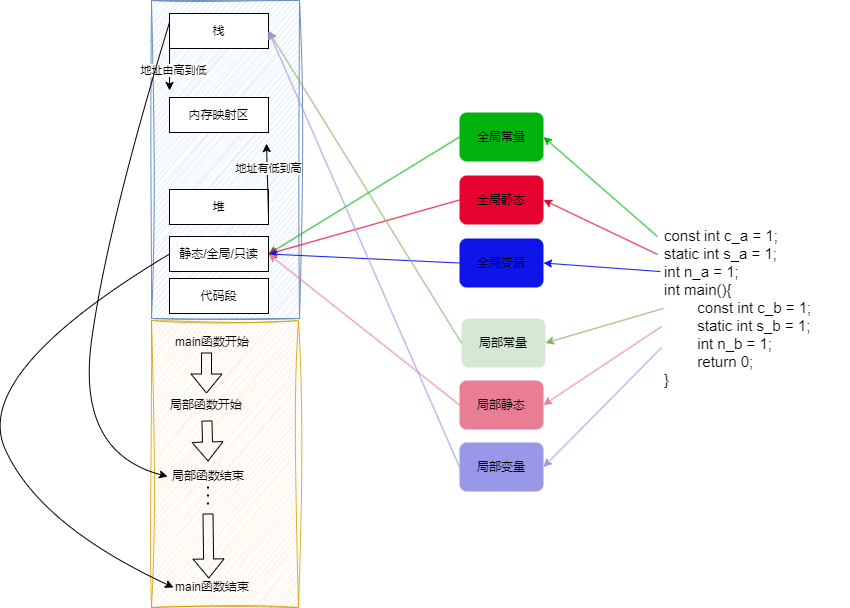
sirius-zyj/Images keeps this draw.io diagram as CS/语言/C(++)/存储位置、作用域与生命周期.drawio.png. Above is the earlier version. Source tidied: cells renumbered, new cells last; positions are measured from the earlier drawing's top-left corner, leaving out a move shared by most shapes.
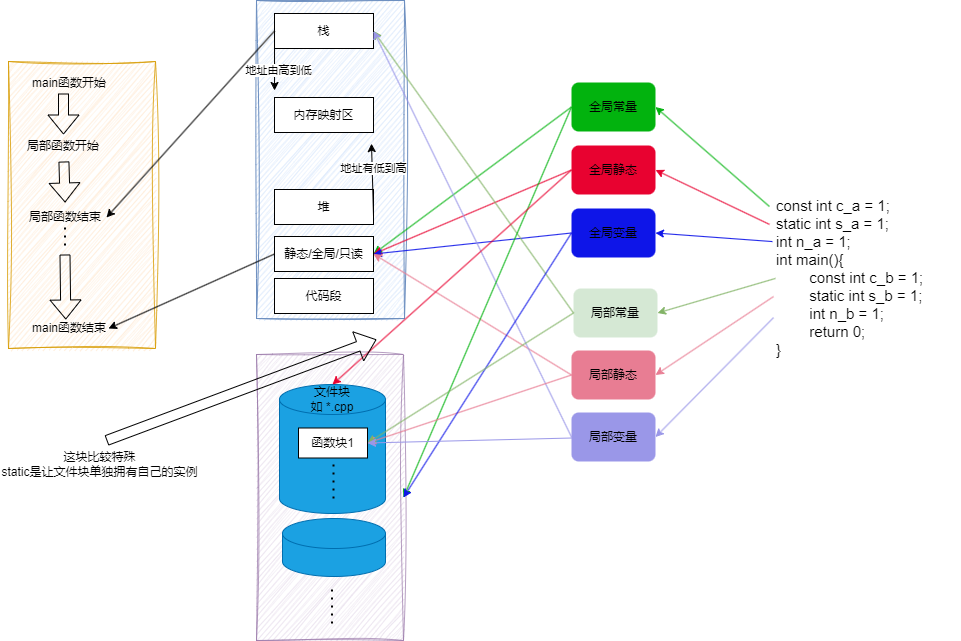
After the commit.

Commit message:
更新存储位置、作用域与生命周期.drawio.png

Diff of the diagram source:
```diff
@@ -3,19 +3,19 @@
     <mxCell id="0" />
     <mxCell id="1" parent="0" />
     <mxCell id="2" style="rounded=0;whiteSpace=wrap;html=1;fillColor=#ffe6cc;strokeColor=#d79b00;shadow=0;glass=0;sketch=1;curveFitting=1;jiggle=2;opacity=80;" parent="1" vertex="1">
-      <mxGeometry x="180" y="320" width="147" height="287" as="geometry" />
+      <mxGeometry x="-75" y="91" width="147" height="287" as="geometry" />
     </mxCell>
     <mxCell id="3" style="rounded=0;whiteSpace=wrap;html=1;fillColor=#dae8fc;strokeColor=#6c8ebf;sketch=1;curveFitting=1;jiggle=2;" parent="1" vertex="1">
-      <mxGeometry x="180" width="148" height="318" as="geometry" />
+      <mxGeometry x="173" y="30" width="148" height="318" as="geometry" />
     </mxCell>
     <mxCell id="4" value="代码段" style="rounded=0;whiteSpace=wrap;html=1;" parent="1" vertex="1">
-      <mxGeometry x="198" y="278" width="99" height="35" as="geometry" />
+      <mxGeometry x="191" y="308" width="99" height="35" as="geometry" />
     </mxCell>
     <mxCell id="5" value="静态/全局/只读" style="rounded=0;whiteSpace=wrap;html=1;" parent="1" vertex="1">
-      <mxGeometry x="198" y="236" width="99" height="35" as="geometry" />
+      <mxGeometry x="191" y="266" width="99" height="35" as="geometry" />
     </mxCell>
     <mxCell id="6" value="堆" style="rounded=0;whiteSpace=wrap;html=1;" parent="1" vertex="1">
-      <mxGeometry x="198" y="189" width="99" height="35" as="geometry" />
+      <mxGeometry x="191" y="219" width="99" height="35" as="geometry" />
     </mxCell>
     <mxCell id="7" style="endArrow=classic;html=1;rounded=0;exitX=1;exitY=0.75;exitDx=0;exitDy=0;entryX=0.777;entryY=0.45;entryDx=0;entryDy=0;entryPerimeter=0;" parent="1" edge="1" source="6" target="3">
       <mxGeometry relative="1" as="geometry" />
@@ -24,7 +24,7 @@
       <mxGeometry x="0.34" y="-1" relative="1" as="geometry" />
     </mxCell>
     <mxCell id="9" value="栈" style="rounded=0;whiteSpace=wrap;html=1;" parent="1" vertex="1">
-      <mxGeometry x="198" y="13" width="99" height="35" as="geometry" />
+      <mxGeometry x="191" y="43" width="99" height="35" as="geometry" />
     </mxCell>
     <mxCell id="10" style="endArrow=classic;html=1;rounded=0;exitX=0;exitY=0.25;exitDx=0;exitDy=0;entryX=0.122;entryY=0.283;entryDx=0;entryDy=0;entryPerimeter=0;" parent="1" edge="1" source="9" target="3">
       <mxGeometry relative="1" as="geometry" />
@@ -33,7 +33,7 @@
       <mxGeometry x="0.41" y="3" relative="1" as="geometry" />
     </mxCell>
     <mxCell id="12" value="内存映射区" style="rounded=0;whiteSpace=wrap;html=1;" parent="1" vertex="1">
-      <mxGeometry x="198" y="97" width="99" height="35" as="geometry" />
+      <mxGeometry x="191" y="127" width="99" height="35" as="geometry" />
     </mxCell>
     <mxCell id="13" value="&lt;font style=&quot;font-size: 15px;&quot;&gt;const int c_a = 1;&lt;/font&gt;&lt;div style=&quot;font-size: 15px;&quot;&gt;&lt;font style=&quot;font-size: 15px;&quot;&gt;static int s_a = 1;&lt;/font&gt;&lt;/div&gt;&lt;div style=&quot;font-size: 15px;&quot;&gt;&lt;font style=&quot;font-size: 15px;&quot;&gt;int n_a = 1;&lt;br style=&quot;font-size: 15px;&quot;&gt;int main(){&lt;/font&gt;&lt;div style=&quot;font-size: 15px;&quot;&gt;&lt;font style=&quot;font-size: 15px;&quot;&gt;&lt;span style=&quot;white-space: pre; font-size: 15px;&quot;&gt;&#9;&lt;/span&gt;const int c_b = 1;&lt;br style=&quot;font-size: 15px;&quot;&gt;&lt;/font&gt;&lt;/div&gt;&lt;div style=&quot;font-size: 15px;&quot;&gt;&lt;font style=&quot;font-size: 15px;&quot;&gt;&lt;span style=&quot;white-space: pre;&quot;&gt;&#9;&lt;/span&gt;static int s_b = 1;&lt;br&gt;&lt;/font&gt;&lt;/div&gt;&lt;div style=&quot;font-size: 15px;&quot;&gt;&lt;font style=&quot;font-size: 15px;&quot;&gt;&lt;span style=&quot;white-space: pre;&quot;&gt;&#9;&lt;/span&gt;int n_b = 1;&lt;br&gt;&lt;/font&gt;&lt;/div&gt;&lt;div style=&quot;font-size: 15px;&quot;&gt;&lt;font style=&quot;font-size: 15px;&quot;&gt;&lt;span style=&quot;white-space: pre;&quot;&gt;&#9;&lt;/span&gt;return 0;&lt;br&gt;&lt;/font&gt;&lt;/div&gt;&lt;div style=&quot;text-align: justify; font-size: 15px;&quot;&gt;&lt;font style=&quot;font-size: 15px;&quot;&gt;}&lt;/font&gt;&lt;/div&gt;&lt;div style=&quot;text-align: justify; font-size: 15px;&quot;&gt;&lt;font style=&quot;font-size: 15px;&quot;&gt;&lt;br&gt;&lt;/font&gt;&lt;/div&gt;&lt;/div&gt;" style="text;html=1;align=left;verticalAlign=top;whiteSpace=wrap;rounded=0;fontSize=15;" parent="1" vertex="1">
       <mxGeometry x="691" y="220" width="187" height="229" as="geometry" />
@@ -94,52 +94,96 @@
     </mxCell>
     <mxCell id="32" style="shape=flexArrow;endArrow=classic;html=1;rounded=0;" parent="1" edge="1">
       <mxGeometry relative="1" as="geometry">
-        <mxPoint x="236.5" y="513" as="sourcePoint" />
-        <mxPoint x="237.3" y="578" as="targetPoint" />
+        <mxPoint x="-18.5" y="284" as="sourcePoint" />
+        <mxPoint x="-17.7" y="349" as="targetPoint" />
       </mxGeometry>
     </mxCell>
     <mxCell id="33" value="main函数开始" style="text;html=1;align=center;verticalAlign=middle;whiteSpace=wrap;rounded=0;" parent="1" vertex="1">
-      <mxGeometry x="200" y="327" width="82" height="30" as="geometry" />
+      <mxGeometry x="-55" y="98" width="82" height="30" as="geometry" />
     </mxCell>
     <mxCell id="34" value="main函数结束" style="text;html=1;align=center;verticalAlign=middle;whiteSpace=wrap;rounded=0;" parent="1" vertex="1">
-      <mxGeometry x="202" y="572" width="78" height="30" as="geometry" />
+      <mxGeometry x="-53" y="343" width="78" height="30" as="geometry" />
     </mxCell>
     <mxCell id="35" style="shape=flexArrow;endArrow=classic;html=1;rounded=0;" parent="1" edge="1">
       <mxGeometry relative="1" as="geometry">
-        <mxPoint x="235" y="352" as="sourcePoint" />
-        <mxPoint x="235" y="393" as="targetPoint" />
+        <mxPoint x="-20" y="123" as="sourcePoint" />
+        <mxPoint x="-20" y="164" as="targetPoint" />
       </mxGeometry>
     </mxCell>
     <mxCell id="36" value="局部函数开始" style="text;html=1;align=center;verticalAlign=middle;whiteSpace=wrap;rounded=0;" parent="1" vertex="1">
-      <mxGeometry x="194" y="390" width="82" height="30" as="geometry" />
+      <mxGeometry x="-61" y="161" width="82" height="30" as="geometry" />
     </mxCell>
     <mxCell id="37" style="shape=flexArrow;endArrow=classic;html=1;rounded=0;" parent="1" edge="1" source="36" target="38">
       <mxGeometry relative="1" as="geometry" />
     </mxCell>
     <mxCell id="38" value="局部函数结束" style="text;html=1;align=center;verticalAlign=middle;whiteSpace=wrap;rounded=0;" parent="1" vertex="1">
-      <mxGeometry x="196" y="461" width="82" height="30" as="geometry" />
+      <mxGeometry x="-59" y="232" width="82" height="30" as="geometry" />
     </mxCell>
     <mxCell id="39" style="endArrow=none;dashed=1;html=1;dashPattern=1 3;strokeWidth=2;rounded=0;" parent="1" edge="1">
       <mxGeometry relative="1" as="geometry">
-        <mxPoint x="236.5" y="504" as="sourcePoint" />
-        <mxPoint x="236.5" y="483" as="targetPoint" />
+        <mxPoint x="-18.5" y="275" as="sourcePoint" />
+        <mxPoint x="-18.5" y="254" as="targetPoint" />
       </mxGeometry>
     </mxCell>
+    <mxCell id="41" style="endArrow=classic;html=1;rounded=0;exitX=0;exitY=0.5;exitDx=0;exitDy=0;entryX=1;entryY=0.5;entryDx=0;entryDy=0;" parent="1" edge="1" source="9" target="38">
+      <mxGeometry relative="1" as="geometry" />
+    </mxCell>
-    <mxCell id="40" style="curved=1;endArrow=classic;html=1;rounded=0;exitX=0;exitY=0.5;exitDx=0;exitDy=0;entryX=0;entryY=0.5;entryDx=0;entryDy=0;" parent="1" edge="1" source="5" target="34">
-      <mxGeometry relative="1" as="geometry">
-        <Array as="points">
-          <mxPoint y="372.5" />
-          <mxPoint x="67" y="524" />
-        </Array>
-      </mxGeometry>
+    <mxCell id="40" style="endArrow=classic;html=1;rounded=0;exitX=0;exitY=0.5;exitDx=0;exitDy=0;entryX=1;entryY=0.5;entryDx=0;entryDy=0;" parent="1" edge="1" source="5" target="34">
+      <mxGeometry relative="1" as="geometry" />
     </mxCell>
-    <mxCell id="41" style="curved=1;endArrow=classic;html=1;rounded=0;exitX=0;exitY=0.25;exitDx=0;exitDy=0;entryX=0;entryY=0.5;entryDx=0;entryDy=0;" parent="1" edge="1" source="9" target="38">
-      <mxGeometry relative="1" as="geometry">
-        <Array as="points">
-          <mxPoint x="135" y="229" />
-          <mxPoint x="105" y="452" />
-        </Array>
-      </mxGeometry>
-    </mxCell>
+    <mxCell id="42" style="rounded=0;whiteSpace=wrap;html=1;fillColor=#e1d5e7;strokeColor=#9673a6;sketch=1;curveFitting=1;jiggle=2;opacity=70;" parent="1" vertex="1">
+      <mxGeometry x="173" y="384" width="147" height="286" as="geometry" />
+    </mxCell>
+    <mxCell id="43" style="shape=cylinder3;whiteSpace=wrap;html=1;boundedLbl=1;backgroundOutline=1;size=15;fillColor=#1ba1e2;fontColor=#ffffff;strokeColor=#006EAF;" parent="1" vertex="1">
+      <mxGeometry x="196" y="414" width="106" height="129" as="geometry" />
+    </mxCell>
+    <mxCell id="44" value="文件块&lt;div&gt;如 *.cpp&lt;/div&gt;" style="text;html=1;align=center;verticalAlign=middle;whiteSpace=wrap;rounded=0;" parent="1" vertex="1">
+      <mxGeometry x="219" y="414" width="60" height="30" as="geometry" />
+    </mxCell>
+    <mxCell id="45" value="函数块1" style="rounded=0;whiteSpace=wrap;html=1;" parent="1" vertex="1">
+      <mxGeometry x="215" y="457.5" width="69" height="30" as="geometry" />
+    </mxCell>
+    <mxCell id="46" style="endArrow=none;dashed=1;html=1;dashPattern=1 3;strokeWidth=2;rounded=0;" parent="1" edge="1">
+      <mxGeometry relative="1" as="geometry">
+        <mxPoint x="250" y="528" as="sourcePoint" />
+        <mxPoint x="250" y="491" as="targetPoint" />
+      </mxGeometry>
+    </mxCell>
+    <mxCell id="47" style="shape=cylinder3;whiteSpace=wrap;html=1;boundedLbl=1;backgroundOutline=1;size=15;fillColor=#1ba1e2;fontColor=#ffffff;strokeColor=#006EAF;" parent="1" vertex="1">
+      <mxGeometry x="199" y="548" width="103" height="58" as="geometry" />
+    </mxCell>
+    <mxCell id="48" style="endArrow=none;dashed=1;html=1;dashPattern=1 3;strokeWidth=2;rounded=0;" parent="1" edge="1">
+      <mxGeometry relative="1" as="geometry">
+        <mxPoint x="248.5" y="653" as="sourcePoint" />
+        <mxPoint x="248.5" y="616" as="targetPoint" />
+      </mxGeometry>
+    </mxCell>
+    <mxCell id="49" style="endArrow=classic;html=1;rounded=0;exitX=0;exitY=0.5;exitDx=0;exitDy=0;entryX=1;entryY=0.5;entryDx=0;entryDy=0;strokeColor=#02B30E;" parent="1" edge="1" source="14" target="42">
+      <mxGeometry relative="1" as="geometry" />
+    </mxCell>
+    <mxCell id="50" style="endArrow=classic;html=1;rounded=0;exitX=0;exitY=0.5;exitDx=0;exitDy=0;entryX=0.5;entryY=0;entryDx=0;entryDy=0;strokeColor=#E80230;entryPerimeter=0;" parent="1" edge="1" source="15" target="43">
+      <mxGeometry relative="1" as="geometry" />
+    </mxCell>
+    <mxCell id="51" style="endArrow=classic;html=1;rounded=0;exitX=0;exitY=0.5;exitDx=0;exitDy=0;entryX=1;entryY=0.5;entryDx=0;entryDy=0;strokeColor=#E87D93;" parent="1" edge="1" source="18" target="45">
+      <mxGeometry relative="1" as="geometry" />
+    </mxCell>
+    <mxCell id="52" style="endArrow=classic;html=1;rounded=0;exitX=0;exitY=0.5;exitDx=0;exitDy=0;entryX=1;entryY=0.5;entryDx=0;entryDy=0;strokeColor=#0E15E8;" parent="1" edge="1" source="16" target="42">
+      <mxGeometry relative="1" as="geometry" />
+    </mxCell>
+    <mxCell id="53" style="endArrow=classic;html=1;rounded=0;exitX=0;exitY=0.5;exitDx=0;exitDy=0;entryX=1;entryY=0.5;entryDx=0;entryDy=0;fillColor=#d5e8d4;strokeColor=#82b366;" parent="1" edge="1" source="17" target="45">
+      <mxGeometry relative="1" as="geometry" />
+    </mxCell>
+    <mxCell id="54" style="endArrow=classic;html=1;rounded=0;entryX=1;entryY=0.5;entryDx=0;entryDy=0;strokeColor=#9A97E8;" parent="1" edge="1" source="19" target="45">
+      <mxGeometry relative="1" as="geometry" />
+    </mxCell>
+    <mxCell id="55" style="shape=flexArrow;endArrow=classic;html=1;rounded=0;" parent="1" edge="1">
+      <mxGeometry relative="1" as="geometry">
+        <mxPoint x="23" y="470" as="sourcePoint" />
+        <mxPoint x="293" y="369" as="targetPoint" />
+      </mxGeometry>
+    </mxCell>
+    <mxCell id="56" value="这块比较特殊&lt;br&gt;static是让文件块单独拥有自己的实例" style="text;html=1;align=center;verticalAlign=middle;whiteSpace=wrap;rounded=0;" parent="1" vertex="1">
+      <mxGeometry x="-83" y="479" width="199" height="30" as="geometry" />
+    </mxCell>
   </root>
 </mxGraphModel>
```
